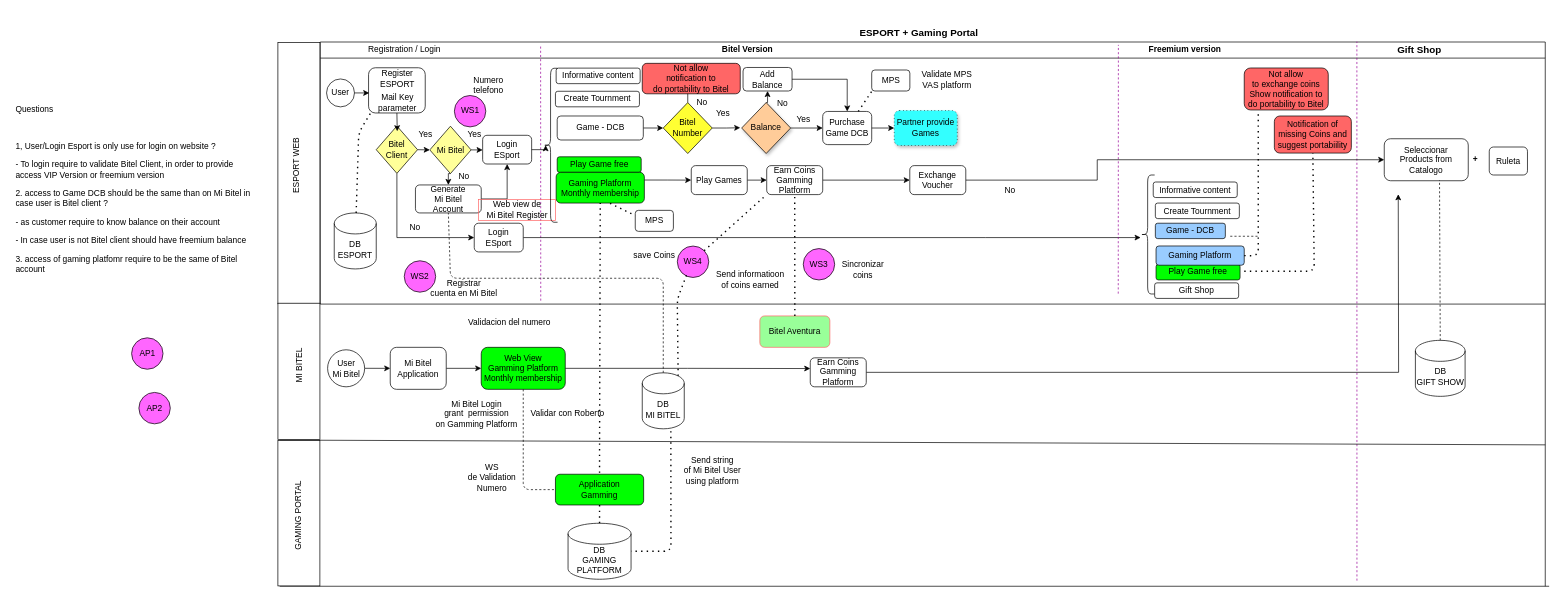
Earlier version of the draw.io diagram Mercado Libre /Esport and Bitel Gaming.drawio (czevallos99/Ecommerce). Source tidied: cells renumbered, new cells numbered last; positions are measured from the earlier drawing's top-left corner, leaving out a move shared by most shapes. Both pictures are drawn from the tidied source at 70%, with x=0, y=0 at pixel (12, 26).
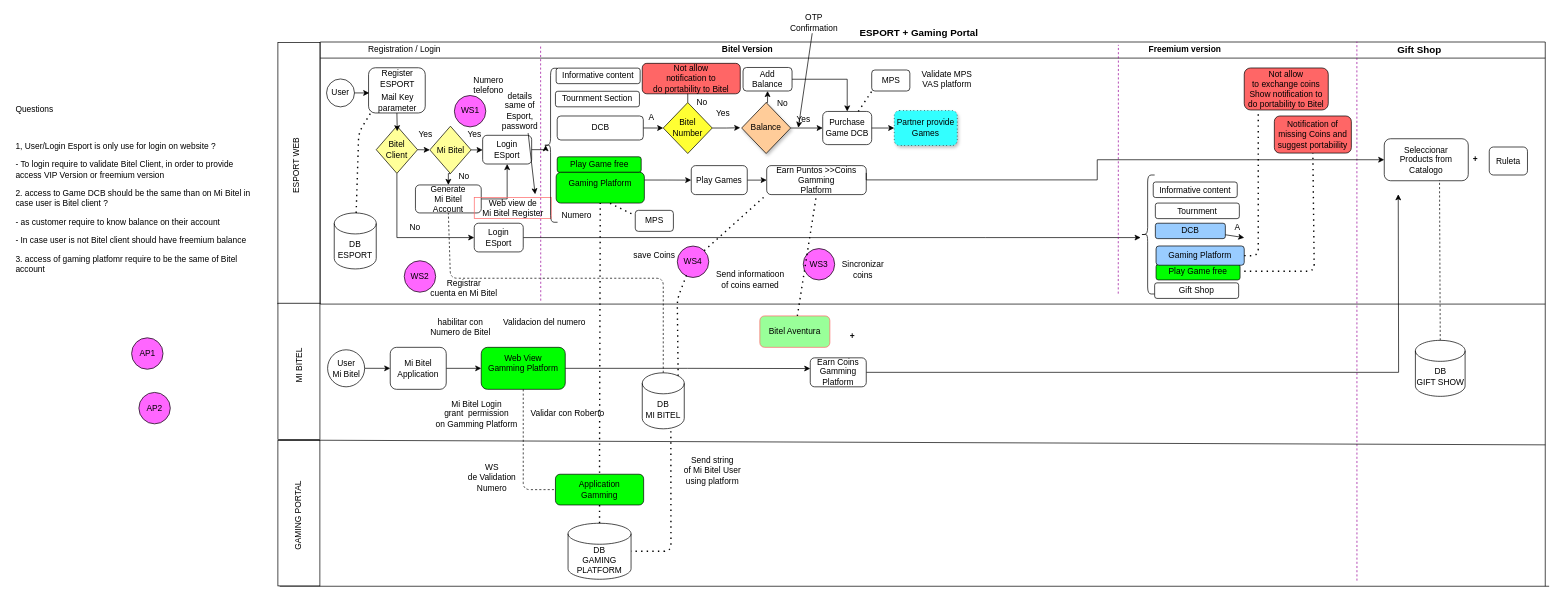
After the change.

Unchanged cells that the change refers to:
```xml
<mxCell id="2" style="swimlane;whiteSpace=wrap;startSize=23;" parent="1" vertex="1">
  <mxGeometry x="440" y="22.5" width="1750" height="374.4" as="geometry" />
</mxCell>
<mxCell id="37" value="&lt;div&gt;Seleccionar&lt;/div&gt;&lt;div&gt;Products from Catalogo&lt;br&gt;&lt;/div&gt;" style="rounded=1;whiteSpace=wrap;html=1;shadow=0;fillColor=#FFFFFF;" parent="2" vertex="1">
  <mxGeometry x="1520" y="138.2" width="120" height="60" as="geometry" />
</mxCell>
<mxCell id="67" value="Yes" style="text;html=1;align=center;verticalAlign=middle;points=[];strokeColor=none;" parent="2" vertex="1">
  <mxGeometry x="670" y="100" width="40" height="20" as="geometry" />
</mxCell>
```

Change to the diagram source:
```diff
@@
-    <mxCell id="16" value="Create Tournment" style="rounded=1;whiteSpace=wrap;html=1;fillColor=#FFFFFF;" parent="2" vertex="1">
+    <mxCell id="16" value="Tournment Section" style="rounded=1;whiteSpace=wrap;html=1;fillColor=#FFFFFF;" parent="2" vertex="1">
       <mxGeometry x="336" y="70.4" width="120" height="22.2" as="geometry" />
     </mxCell>
@@
-    <mxCell id="19" value="Game - DCB" style="rounded=1;whiteSpace=wrap;html=1;fillColor=#FFFFFF;" parent="2" vertex="1">
+    <mxCell id="19" value="DCB" style="rounded=1;whiteSpace=wrap;html=1;fillColor=#FFFFFF;" parent="2" vertex="1">
       <mxGeometry x="338.5" y="105.7" width="123" height="34.3" as="geometry" />
     </mxCell>
@@
-    <mxCell id="21" value="Create Tournment" style="rounded=1;whiteSpace=wrap;html=1;fillColor=#FFFFFF;" parent="2" vertex="1">
+    <mxCell id="21" value="Tournment" style="rounded=1;whiteSpace=wrap;html=1;fillColor=#FFFFFF;" parent="2" vertex="1">
       <mxGeometry x="1193" y="230.1" width="120" height="22.2" as="geometry" />
     </mxCell>
@@
-    <mxCell id="36" value="No" style="text;html=1;align=center;verticalAlign=middle;strokeColor=none;" parent="2" vertex="1">
-      <mxGeometry x="970" y="202" width="30" height="20" as="geometry" />
-    </mxCell>
@@
-    <mxCell id="41" value="&lt;div&gt;Gaming Platform&lt;/div&gt;&lt;div&gt;Monthly membership&lt;br&gt;&lt;/div&gt;" style="rounded=1;whiteSpace=wrap;html=1;shadow=0;fillColor=#00FF00;" parent="2" vertex="1">
+    <mxCell id="41" value="&lt;div&gt;Gaming Platform&lt;/div&gt;&lt;div&gt;&lt;br&gt;&lt;/div&gt;" style="rounded=1;whiteSpace=wrap;html=1;shadow=0;fillColor=#00FF00;" parent="2" vertex="1">
       <mxGeometry x="337" y="186.2" width="126" height="43.9" as="geometry" />
     </mxCell>
-    <mxCell id="42" style="edgeStyle=orthogonalEdgeStyle;rounded=0;jettySize=auto;html=1;exitX=1;exitY=0.5;exitDx=0;exitDy=0;entryX=0;entryY=0.5;entryDx=0;entryDy=0;" parent="2" edge="1" source="43" target="45">
-      <mxGeometry relative="1" as="geometry" />
-    </mxCell>
-    <mxCell id="43" value="&lt;div&gt;Earn Coins&lt;/div&gt;&lt;div&gt;Gamming &lt;br&gt;&lt;/div&gt;&lt;div&gt;Platform&lt;br&gt;&lt;/div&gt;" style="rounded=1;whiteSpace=wrap;html=1;shadow=0;fillColor=#FFFFFF;" parent="2" vertex="1">
-      <mxGeometry x="637.8" y="176.6" width="80" height="41.4" as="geometry" />
+    <mxCell id="43" value="&lt;div&gt;Earn Puntos &amp;gt;&amp;gt;Coins&lt;/div&gt;&lt;div&gt;Gamming &lt;br&gt;&lt;/div&gt;&lt;div&gt;Platform&lt;br&gt;&lt;/div&gt;" style="rounded=1;whiteSpace=wrap;html=1;shadow=0;fillColor=#FFFFFF;" parent="2" vertex="1">
+      <mxGeometry x="637.8" y="176.6" width="142.2" height="41.4" as="geometry" />
     </mxCell>
-    <mxCell id="44" style="edgeStyle=orthogonalEdgeStyle;rounded=0;jettySize=auto;html=1;exitX=1;exitY=0.5;exitDx=0;exitDy=0;entryX=0;entryY=0.5;entryDx=0;entryDy=0;" parent="2" edge="1" source="45" target="37">
+    <mxCell id="44" style="edgeStyle=orthogonalEdgeStyle;rounded=0;jettySize=auto;html=1;exitX=1;exitY=0.25;exitDx=0;exitDy=0;entryX=0;entryY=0.5;entryDx=0;entryDy=0;" parent="2" edge="1" source="43" target="37">
       <mxGeometry relative="1" as="geometry">
         <Array as="points">
+          <mxPoint x="780" y="197" />
           <mxPoint x="1110" y="197" />
           <mxPoint x="1110" y="168" />
         </Array>
       </mxGeometry>
     </mxCell>
-    <mxCell id="45" value="&lt;div&gt;Exchange &lt;br&gt;&lt;/div&gt;&lt;div&gt;Voucher&lt;br&gt;&lt;/div&gt;" style="rounded=1;whiteSpace=wrap;html=1;shadow=0;fillColor=#FFFFFF;" parent="2" vertex="1">
-      <mxGeometry x="842.2" y="176.6" width="80" height="41.4" as="geometry" />
-    </mxCell>
-    <mxCell id="46" value="Game - DCB" style="rounded=1;whiteSpace=wrap;html=1;fillColor=#99CCFF;" parent="2" vertex="1">
+    <mxCell id="46" value="DCB" style="rounded=1;whiteSpace=wrap;html=1;fillColor=#99CCFF;" parent="2" vertex="1">
       <mxGeometry x="1193" y="258.9" width="100" height="22" as="geometry" />
     </mxCell>
@@
     <mxCell id="87" value="&lt;div&gt;Web view de&lt;/div&gt;&lt;div&gt;Mi Bitel Register&lt;br&gt;&lt;/div&gt;" style="text;html=1;align=center;verticalAlign=middle;strokeColor=#FF6666;" parent="2" vertex="1">
-      <mxGeometry x="226" y="224.9" width="110" height="30" as="geometry" />
+      <mxGeometry x="220" y="222" width="110" height="30" as="geometry" />
     </mxCell>
+    <mxCell id="134" value="&lt;div&gt;details&lt;/div&gt;&lt;div&gt;same of&lt;/div&gt;&lt;div&gt;Esport, &lt;br&gt;&lt;/div&gt;&lt;div&gt;password&lt;br&gt;&lt;/div&gt;" style="text;html=1;align=center;verticalAlign=middle;points=[];strokeColor=none;" parent="2" vertex="1">
+      <mxGeometry x="250" y="68.9" width="70" height="60" as="geometry" />
+    </mxCell>
+    <mxCell id="135" value="A" style="text;html=1;align=center;verticalAlign=middle;strokeColor=none;" parent="2" vertex="1">
+      <mxGeometry x="463" y="97.9" width="20" height="20" as="geometry" />
+    </mxCell>
+    <mxCell id="136" value="A" style="text;html=1;align=center;verticalAlign=middle;points=[];strokeColor=none;" parent="2" vertex="1">
+      <mxGeometry x="1300" y="254.9" width="20" height="20" as="geometry" />
+    </mxCell>
+    <mxCell id="137" style="endArrow=classic;html=1;entryX=1;entryY=1.232;entryDx=0;entryDy=0;entryPerimeter=0;exitX=1;exitY=0.75;exitDx=0;exitDy=0;" parent="2" edge="1" source="46" target="136">
+      <mxGeometry relative="1" as="geometry" />
+    </mxCell>
+    <mxCell id="138" value="Numero" style="text;html=1;align=center;verticalAlign=middle;strokeColor=none;" parent="2" vertex="1">
+      <mxGeometry x="336" y="238.9" width="60" height="20" as="geometry" />
+    </mxCell>
@@
-    <mxCell id="105" value="&lt;div&gt;Web View &lt;br&gt;&lt;/div&gt;&lt;div&gt;Gamming Platform&lt;/div&gt;&lt;div&gt;Monthly membership&lt;br&gt;&lt;/div&gt;" style="rounded=1;whiteSpace=wrap;html=1;shadow=0;fillColor=#00FF00;" parent="1" vertex="1">
+    <mxCell id="105" value="&lt;div&gt;Web View &lt;br&gt;&lt;/div&gt;&lt;div&gt;Gamming Platform&lt;/div&gt;&lt;div&gt;&lt;br&gt;&lt;/div&gt;" style="rounded=1;whiteSpace=wrap;html=1;shadow=0;fillColor=#00FF00;" parent="1" vertex="1">
       <mxGeometry x="670" y="458.7" width="120" height="60" as="geometry" />
     </mxCell>
@@
-    <mxCell id="121" style="endArrow=none;dashed=1;html=1;" parent="1" edge="1">
-      <mxGeometry relative="1" as="geometry">
-        <mxPoint x="1740" y="300" as="sourcePoint" />
-        <mxPoint x="1780" y="300" as="targetPoint" />
-      </mxGeometry>
-    </mxCell>
@@
     <mxCell id="131" value="Validacion del numero " style="text;html=1;align=center;verticalAlign=middle;strokeColor=none;" parent="1" vertex="1">
-      <mxGeometry x="640" y="413.8" width="140" height="20" as="geometry" />
+      <mxGeometry x="690" y="413.8" width="140" height="20" as="geometry" />
     </mxCell>
@@
+    <mxCell id="139" style="endArrow=classic;html=1;exitX=0.671;exitY=1.02;exitDx=0;exitDy=0;exitPerimeter=0;" parent="1" edge="1" source="134">
+      <mxGeometry relative="1" as="geometry">
+        <mxPoint x="747" y="240" as="targetPoint" />
+      </mxGeometry>
+    </mxCell>
+    <mxCell id="140" value="&lt;div&gt;OTP &lt;br&gt;&lt;/div&gt;&lt;div&gt;Confirmation&lt;br&gt;&lt;/div&gt;" style="text;html=1;align=center;verticalAlign=middle;points=[];strokeColor=none;" parent="1" vertex="1">
+      <mxGeometry x="1100" y="-20" width="90" height="30" as="geometry" />
+    </mxCell>
+    <mxCell id="141" style="endArrow=classic;html=1;entryX=0.325;entryY=1.125;entryDx=0;entryDy=0;entryPerimeter=0;" parent="1" edge="1" source="140" target="67">
+      <mxGeometry relative="1" as="geometry" />
+    </mxCell>
+    <mxCell id="142" value="&lt;div&gt;habilitar con&lt;/div&gt;&lt;div&gt;Numero de Bitel&lt;br&gt;&lt;/div&gt;" style="text;html=1;align=center;verticalAlign=middle;strokeColor=none;" parent="1" vertex="1">
+      <mxGeometry x="590" y="415.1" width="100" height="30" as="geometry" />
+    </mxCell>
+    <mxCell id="143" value="&lt;b&gt;+&lt;/b&gt;" style="text;html=1;align=center;verticalAlign=middle;strokeColor=none;" parent="1" vertex="1">
+      <mxGeometry x="1190" y="433.8" width="20" height="20" as="geometry" />
+    </mxCell>
```
